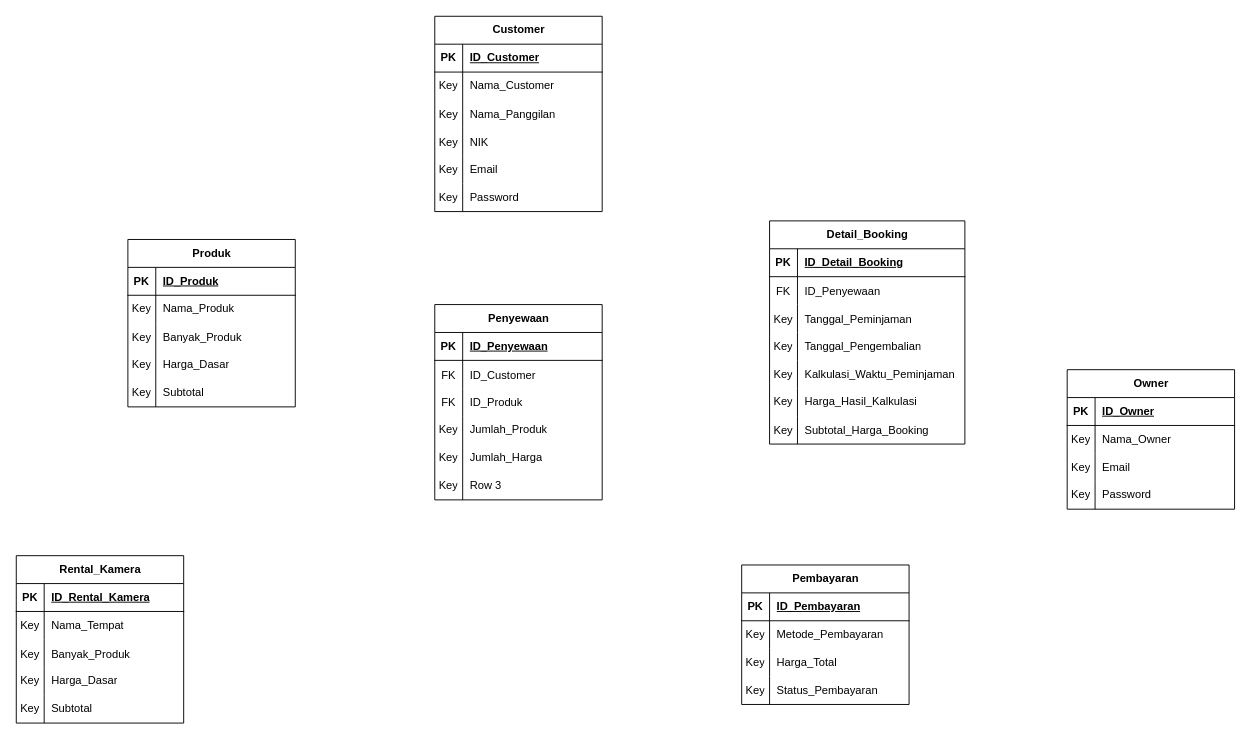
Above: sistem-rental-kamera.drawio in King-Ag-Jv/Project-Atrem (draw.io), before the change. Source tidied: cells renumbered, new cells numbered last; positions are measured from the earlier drawing's top-left corner, leaving out a move shared by most shapes. Both pictures are drawn from the tidied source at 93%, with x=0, y=0 at pixel (16, 16).
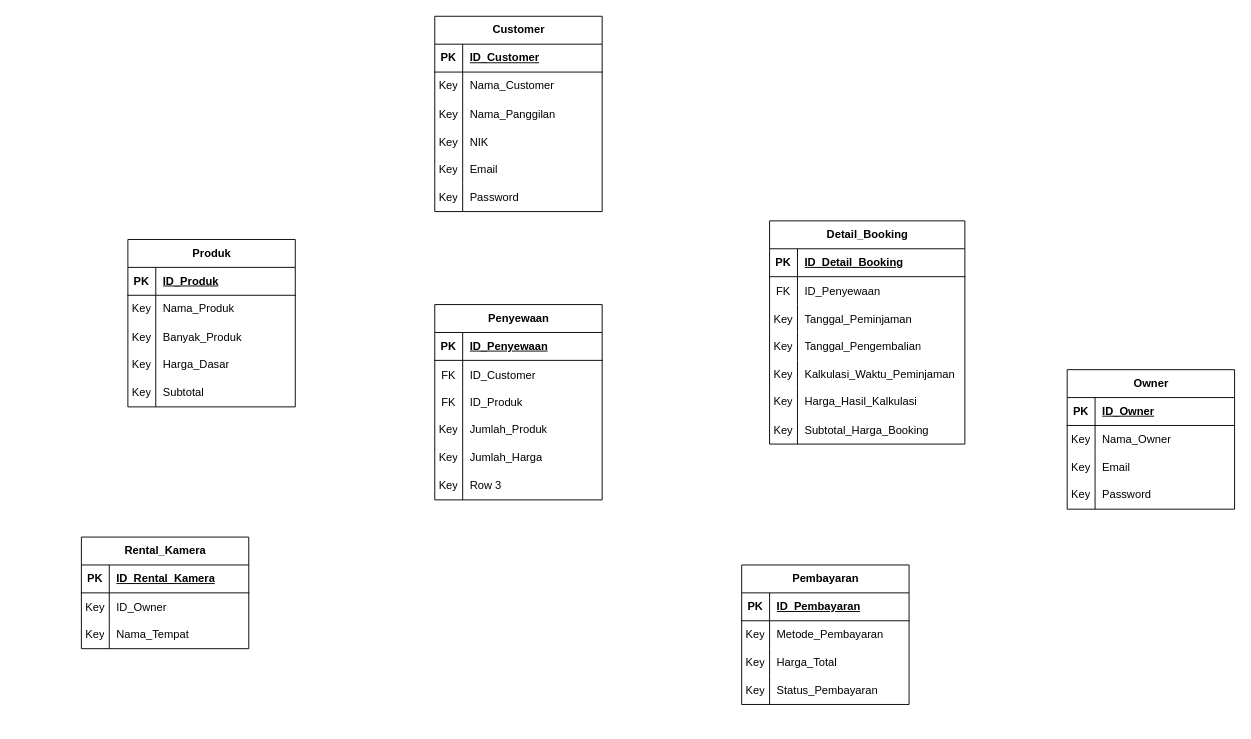
Above is the later version.

What changed in the source:
```diff
@@
     <mxCell id="104" value="Rental_Kamera" style="shape=table;startSize=30;childLayout=tableLayout;rowLines=0;fontStyle=1;align=center;html=1;" parent="1" vertex="1">
-      <mxGeometry y="580" width="180" height="180" as="geometry" />
+      <mxGeometry x="70" y="560" width="180" height="120" as="geometry" />
     </mxCell>
@@
+    <mxCell id="111" style="shape=tableRow;horizontal=0;startSize=0;swimlaneHead=0;swimlaneBody=0;fillColor=none;top=0;left=0;right=0;bottom=0;" parent="104" vertex="1">
+      <mxGeometry y="60" width="180" height="30" as="geometry" />
+    </mxCell>
+    <mxCell id="112" value="Key" style="shape=partialRectangle;fillColor=none;top=0;left=0;bottom=0;right=0;overflow=hidden;" parent="111" vertex="1">
+      <mxGeometry width="30" height="30" as="geometry" />
+    </mxCell>
+    <mxCell id="113" value="ID_Owner" style="shape=partialRectangle;fillColor=none;top=0;left=0;bottom=0;right=0;align=left;spacingLeft=6;overflow=hidden;" parent="111" vertex="1">
+      <mxGeometry x="30" width="150" height="30" as="geometry" />
+    </mxCell>
     <mxCell id="108" style="shape=tableRow;horizontal=0;startSize=0;swimlaneHead=0;swimlaneBody=0;fillColor=none;top=0;left=0;right=0;bottom=0;" parent="104" vertex="1">
-      <mxGeometry y="60" width="180" height="30" as="geometry" />
+      <mxGeometry y="90" width="180" height="30" as="geometry" />
     </mxCell>
@@
-    <mxCell id="111" style="shape=tableRow;horizontal=0;startSize=0;swimlaneHead=0;swimlaneBody=0;fillColor=none;top=0;left=0;right=0;bottom=0;" parent="104" vertex="1">
-      <mxGeometry y="90" width="180" height="30" as="geometry" />
-    </mxCell>
-    <mxCell id="112" value="Key" style="shape=partialRectangle;fillColor=none;top=0;left=0;bottom=0;right=0;overflow=hidden;" parent="111" vertex="1">
-      <mxGeometry width="30" height="30" as="geometry" />
-    </mxCell>
-    <mxCell id="113" value="Banyak_Produk" style="shape=partialRectangle;fillColor=none;top=0;left=0;bottom=0;right=0;align=left;spacingLeft=6;overflow=hidden;" parent="111" vertex="1">
-      <mxGeometry x="30" width="150" height="30" as="geometry" />
-    </mxCell>
-    <mxCell id="114" style="shape=tableRow;horizontal=0;startSize=0;swimlaneHead=0;swimlaneBody=0;fillColor=none;top=0;left=0;right=0;bottom=0;" parent="104" vertex="1">
-      <mxGeometry y="120" width="180" height="30" as="geometry" />
-    </mxCell>
-    <mxCell id="115" value="Key" style="shape=partialRectangle;fillColor=none;top=0;left=0;bottom=0;right=0;overflow=hidden;whiteSpace=wrap;html=1;" parent="114" vertex="1">
-      <mxGeometry width="30" height="30" as="geometry" />
-    </mxCell>
-    <mxCell id="116" value="Harga_Dasar" style="shape=partialRectangle;fillColor=none;top=0;left=0;bottom=0;right=0;align=left;spacingLeft=6;overflow=hidden;whiteSpace=wrap;html=1;" parent="114" vertex="1">
-      <mxGeometry x="30" width="150" height="30" as="geometry" />
-    </mxCell>
-    <mxCell id="117" style="shape=tableRow;horizontal=0;startSize=0;swimlaneHead=0;swimlaneBody=0;fillColor=none;top=0;left=0;right=0;bottom=0;" parent="104" vertex="1">
-      <mxGeometry y="150" width="180" height="30" as="geometry" />
-    </mxCell>
-    <mxCell id="118" value="Key" style="shape=partialRectangle;fillColor=none;top=0;left=0;bottom=0;right=0;overflow=hidden;whiteSpace=wrap;html=1;" parent="117" vertex="1">
-      <mxGeometry width="30" height="30" as="geometry" />
-    </mxCell>
-    <mxCell id="119" value="Subtotal" style="shape=partialRectangle;fillColor=none;top=0;left=0;bottom=0;right=0;align=left;spacingLeft=6;overflow=hidden;whiteSpace=wrap;html=1;" parent="117" vertex="1">
-      <mxGeometry x="30" width="150" height="30" as="geometry" />
-    </mxCell>
```
